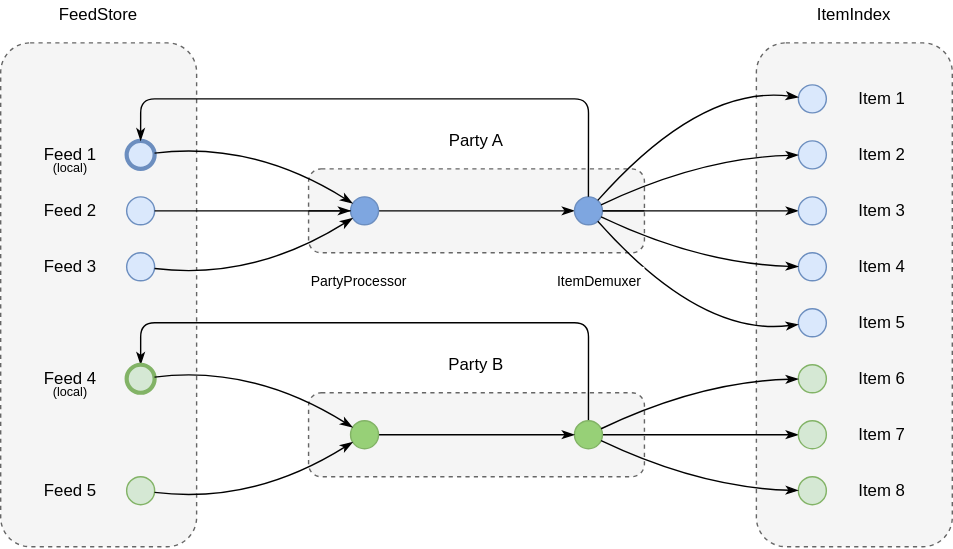
The draw.io diagram docs/content/diagrams/flow.svg in dxos/dxos, before a commit. Source tidied: cells renumbered, new cells last; positions are measured from the earlier drawing's top-left corner, leaving out a move shared by most shapes.
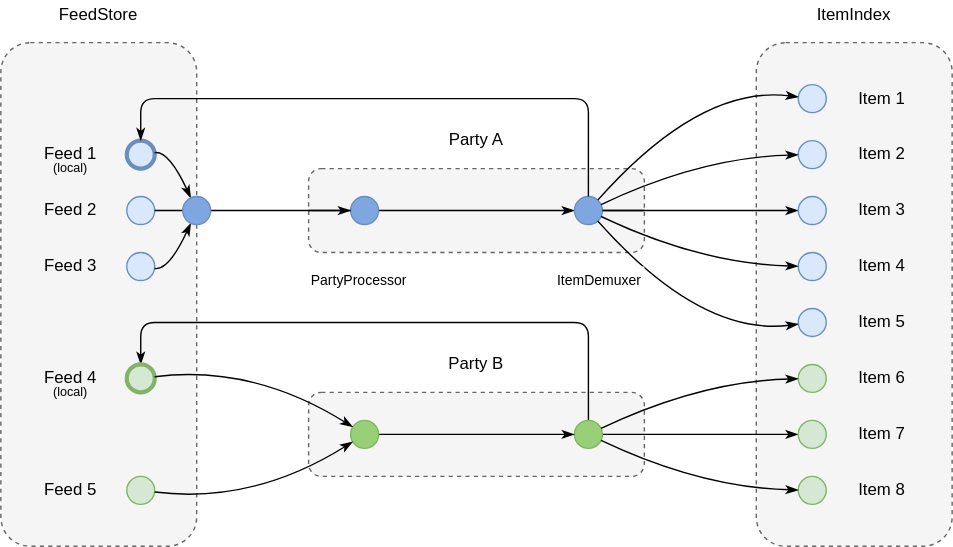
The same file after the commit.

Change to the diagram source:
```diff
@@ -90,17 +90,17 @@
         <mxPoint x="220" y="150" as="sourcePoint" />
       </mxGeometry>
     </mxCell>
-    <mxCell id="29" style="endArrow=classicThin;html=1;curved=1;endFill=1;" parent="1" edge="1" source="8" target="7">
+    <mxCell id="29" style="endArrow=classicThin;html=1;curved=1;endFill=1;" parent="1" edge="1" source="8" target="63">
       <mxGeometry relative="1" as="geometry">
         <Array as="points">
-          <mxPoint x="180" y="100" />
+          <mxPoint x="120" y="107" />
         </Array>
       </mxGeometry>
     </mxCell>
-    <mxCell id="30" style="endArrow=classicThin;html=1;curved=1;endFill=1;" parent="1" edge="1" source="10" target="7">
+    <mxCell id="30" style="endArrow=classicThin;html=1;curved=1;endFill=1;" parent="1" edge="1" source="10" target="63">
       <mxGeometry relative="1" as="geometry">
         <Array as="points">
-          <mxPoint x="180" y="200" />
+          <mxPoint x="120" y="193" />
         </Array>
       </mxGeometry>
     </mxCell>
@@ -241,5 +241,8 @@
     <mxCell id="62" value="ItemDemuxer" style="rounded=0;whiteSpace=wrap;html=1;strokeColor=none;align=right;fontSize=10;" parent="1" vertex="1">
       <mxGeometry x="380" y="190" width="80" height="20" as="geometry" />
     </mxCell>
+    <mxCell id="63" style="ellipse;whiteSpace=wrap;html=1;strokeColor=#6c8ebf;fillColor=#7EA6E0;" parent="1" vertex="1">
+      <mxGeometry x="130" y="140" width="20" height="20" as="geometry" />
+    </mxCell>
   </root>
 </mxGraphModel>
```
